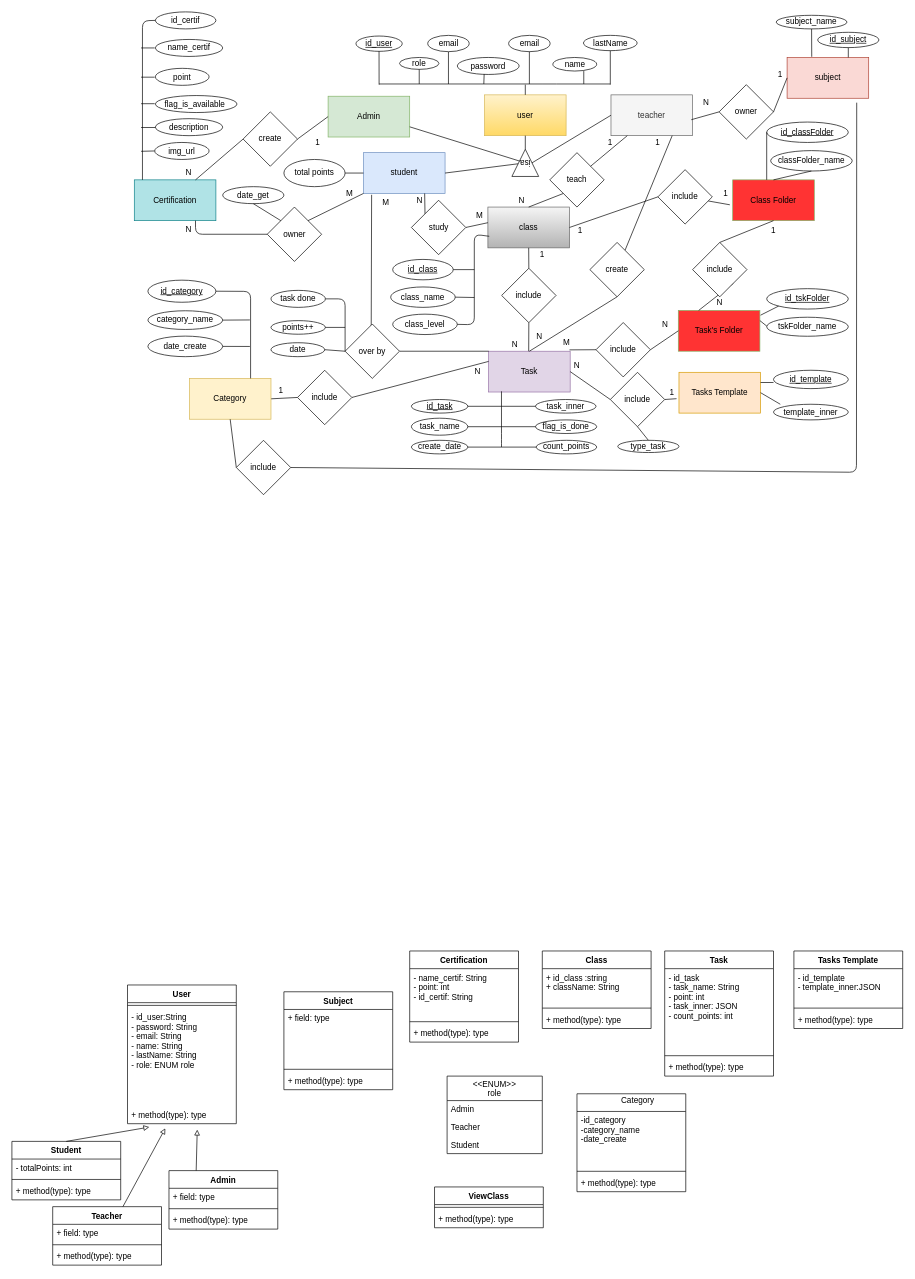
The draw.io diagram ERD_Class_diagram.drawio in alsousha/projectFinish, before the edit. Source tidied: cells renumbered, new cells numbered last; positions are measured from the earlier drawing's top-left corner, leaving out a move shared by most shapes. Both pictures are drawn from the tidied source at 68%, with x=0, y=0 at pixel (12, 12).
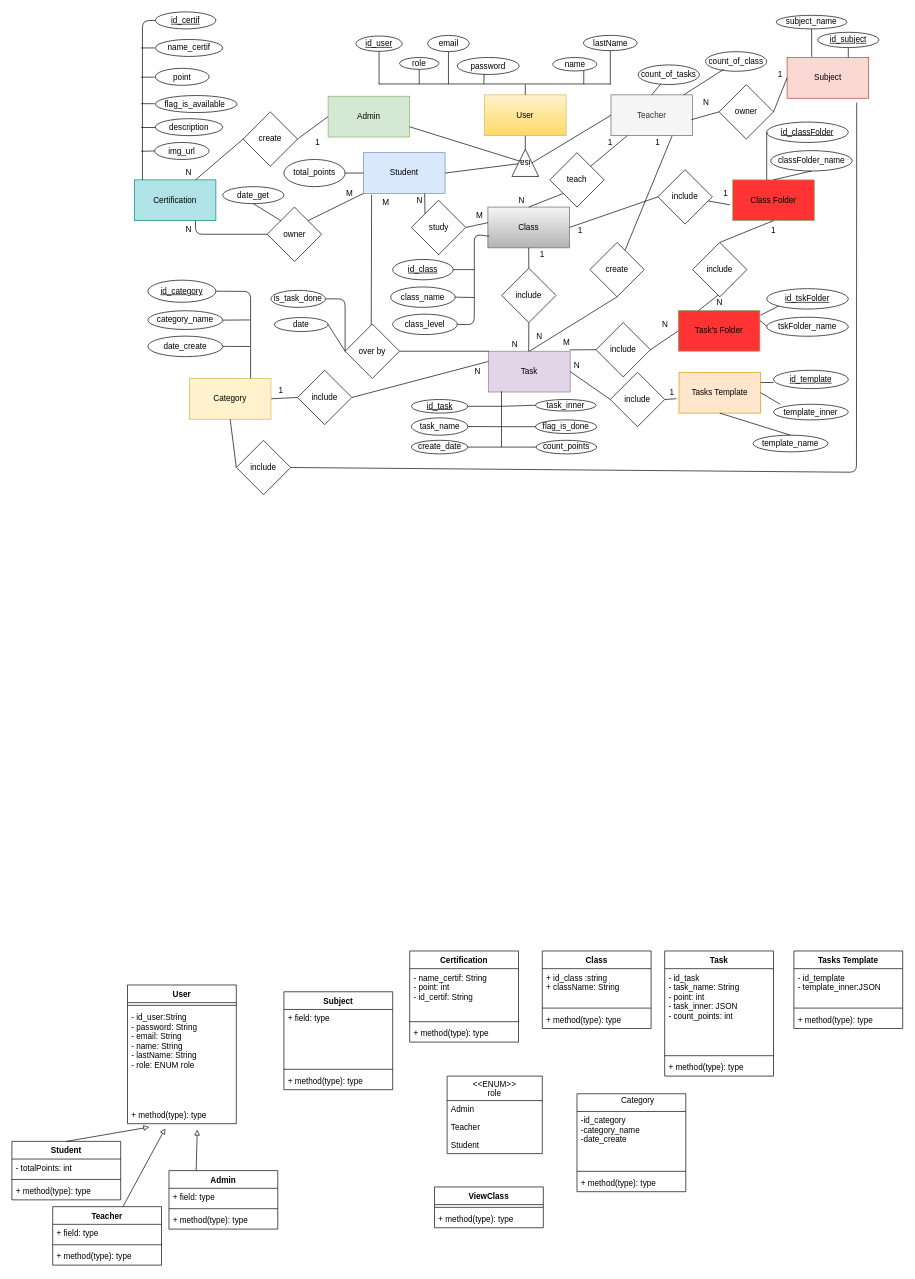
The same diagram, later.

The change refers to these unchanged cells:
```xml
<mxCell id="68" value="Tasks Template" style="rounded=0;whiteSpace=wrap;html=1;fillColor=#ffe6cc;strokeColor=#d79b00;" parent="1" vertex="1">
  <mxGeometry x="981" y="530" width="120" height="60" as="geometry" />
</mxCell>
<mxCell id="111" value="include" style="rhombus;whiteSpace=wrap;html=1;" parent="1" vertex="1">
  <mxGeometry x="880" y="530" width="80" height="80" as="geometry" />
</mxCell>
```

Diff of the diagram source:
```diff
@@
-    <mxCell id="53" value="student" style="rounded=0;whiteSpace=wrap;html=1;fillColor=#dae8fc;strokeColor=#6c8ebf;" parent="1" vertex="1">
+    <mxCell id="53" value="Student" style="rounded=0;whiteSpace=wrap;html=1;fillColor=#dae8fc;strokeColor=#6c8ebf;" parent="1" vertex="1">
       <mxGeometry x="517" y="207" width="120" height="60" as="geometry" />
     </mxCell>
-    <mxCell id="54" value="teacher" style="rounded=0;whiteSpace=wrap;html=1;fillColor=#f5f5f5;strokeColor=#666666;fontColor=#333333;" parent="1" vertex="1">
+    <mxCell id="54" value="Teacher" style="rounded=0;whiteSpace=wrap;html=1;fillColor=#f5f5f5;strokeColor=#666666;fontColor=#333333;" parent="1" vertex="1">
       <mxGeometry x="881" y="122" width="120" height="60" as="geometry" />
     </mxCell>
@@
-    <mxCell id="57" value="email" style="ellipse;whiteSpace=wrap;html=1;" parent="1" vertex="1">
-      <mxGeometry x="730.5" y="34.5" width="61" height="24" as="geometry" />
-    </mxCell>
@@
-    <mxCell id="60" value="user" style="rounded=0;whiteSpace=wrap;html=1;gradientColor=#ffd966;fillColor=#fff2cc;strokeColor=#d6b656;" parent="1" vertex="1">
+    <mxCell id="60" value="User" style="rounded=0;whiteSpace=wrap;html=1;gradientColor=#ffd966;fillColor=#fff2cc;strokeColor=#d6b656;" parent="1" vertex="1">
       <mxGeometry x="695" y="122" width="120" height="60" as="geometry" />
     </mxCell>
@@
     <mxCell id="66" value="task_name" style="ellipse;whiteSpace=wrap;html=1;" parent="1" vertex="1">
-      <mxGeometry x="587.5" y="597.5" width="83" height="25" as="geometry" />
+      <mxGeometry x="587.5" y="597" width="83" height="25.5" as="geometry" />
     </mxCell>
     <mxCell id="67" value="task_inner" style="ellipse;whiteSpace=wrap;html=1;" parent="1" vertex="1">
-      <mxGeometry x="770" y="570" width="89" height="20" as="geometry" />
+      <mxGeometry x="770" y="570" width="89" height="17" as="geometry" />
     </mxCell>
@@
-    <mxCell id="71" value="subject" style="rounded=0;whiteSpace=wrap;html=1;fillColor=#fad9d5;strokeColor=#ae4132;" parent="1" vertex="1">
+    <mxCell id="71" value="Subject" style="rounded=0;whiteSpace=wrap;html=1;fillColor=#fad9d5;strokeColor=#ae4132;" parent="1" vertex="1">
       <mxGeometry x="1140" y="67" width="120" height="60" as="geometry" />
     </mxCell>
@@
-    <mxCell id="74" value="total points" style="ellipse;whiteSpace=wrap;html=1;" parent="1" vertex="1">
+    <mxCell id="74" value="total_points" style="ellipse;whiteSpace=wrap;html=1;" parent="1" vertex="1">
       <mxGeometry x="400" y="217" width="90" height="40" as="geometry" />
     </mxCell>
@@
-    <mxCell id="77" value="class" style="rounded=0;whiteSpace=wrap;html=1;gradientColor=#b3b3b3;fillColor=#f5f5f5;strokeColor=#666666;" parent="1" vertex="1">
+    <mxCell id="77" value="Class" style="rounded=0;whiteSpace=wrap;html=1;gradientColor=#b3b3b3;fillColor=#f5f5f5;strokeColor=#666666;" parent="1" vertex="1">
       <mxGeometry x="700" y="287" width="120" height="60" as="geometry" />
     </mxCell>
@@
-    <mxCell id="80" value="type_task" style="ellipse;whiteSpace=wrap;html=1;" parent="1" vertex="1">
-      <mxGeometry x="891" y="630" width="90" height="18" as="geometry" />
+    <mxCell id="80" value="template_name" style="ellipse;whiteSpace=wrap;html=1;" parent="1" vertex="1">
+      <mxGeometry x="1090" y="622.5" width="110" height="24.5" as="geometry" />
     </mxCell>
-    <mxCell id="81" style="endArrow=none;html=1;" parent="1" edge="1" target="57">
-      <mxGeometry relative="1" as="geometry">
-        <mxPoint x="761" y="106" as="sourcePoint" />
-      </mxGeometry>
-    </mxCell>
@@
-    <mxCell id="113" value="points++&lt;br&gt;" style="ellipse;whiteSpace=wrap;html=1;" parent="1" vertex="1">
-      <mxGeometry x="381" y="454" width="80" height="20" as="geometry" />
-    </mxCell>
-    <mxCell id="114" style="endArrow=none;html=1;exitX=1;exitY=0.5;exitDx=0;exitDy=0;" parent="1" edge="1" source="113">
-      <mxGeometry relative="1" as="geometry">
-        <mxPoint x="490" y="464" as="targetPoint" />
-      </mxGeometry>
-    </mxCell>
@@
     <mxCell id="134" value="date" style="ellipse;whiteSpace=wrap;html=1;" parent="1" vertex="1">
-      <mxGeometry x="381" y="486.5" width="79" height="20.5" as="geometry" />
+      <mxGeometry x="386" y="449.5" width="79" height="20.5" as="geometry" />
     </mxCell>
@@
-    <mxCell id="142" value="task done" style="ellipse;whiteSpace=wrap;html=1;" parent="1" vertex="1">
+    <mxCell id="142" value="is_task_done" style="ellipse;whiteSpace=wrap;html=1;" parent="1" vertex="1">
       <mxGeometry x="381" y="409.5" width="80" height="25" as="geometry" />
     </mxCell>
@@
-    <mxCell id="144" style="endArrow=none;html=1;entryX=0.5;entryY=1;entryDx=0;entryDy=0;exitX=0.5;exitY=0;exitDx=0;exitDy=0;" parent="1" edge="1" source="80" target="111">
+    <mxCell id="144" style="endArrow=none;html=1;entryX=0.5;entryY=1;entryDx=0;entryDy=0;exitX=0.5;exitY=0;exitDx=0;exitDy=0;" parent="1" edge="1" source="80" target="68">
       <mxGeometry relative="1" as="geometry" />
     </mxCell>
@@
-    <mxCell id="196" value="&lt;span style=&quot;font-family: &amp;#34;helvetica&amp;#34;&quot;&gt;id_certif&lt;/span&gt;" style="ellipse;whiteSpace=wrap;html=1;" parent="1" vertex="1">
+    <mxCell id="196" value="&lt;span style=&quot;font-family: &amp;#34;helvetica&amp;#34;&quot;&gt;&lt;u&gt;id_certif&lt;/u&gt;&lt;/span&gt;" style="ellipse;whiteSpace=wrap;html=1;" parent="1" vertex="1">
       <mxGeometry x="211" width="89" height="25" as="geometry" />
     </mxCell>
@@
+    <mxCell id="220" value="count_of_class" style="ellipse;whiteSpace=wrap;html=1;" parent="1" vertex="1">
+      <mxGeometry x="1020" y="58.5" width="90" height="28.8" as="geometry" />
+    </mxCell>
+    <mxCell id="221" style="endArrow=none;html=1;entryX=0.298;entryY=0.901;entryDx=0;entryDy=0;entryPerimeter=0;" parent="1" edge="1" source="54" target="220">
+      <mxGeometry relative="1" as="geometry" />
+    </mxCell>
+    <mxCell id="222" value="count_of_tasks" style="ellipse;whiteSpace=wrap;html=1;" parent="1" vertex="1">
+      <mxGeometry x="921" y="78" width="90" height="28.8" as="geometry" />
+    </mxCell>
+    <mxCell id="223" style="endArrow=none;html=1;exitX=0.5;exitY=0;exitDx=0;exitDy=0;" parent="1" edge="1" source="54" target="222">
+      <mxGeometry relative="1" as="geometry" />
+    </mxCell>
```
